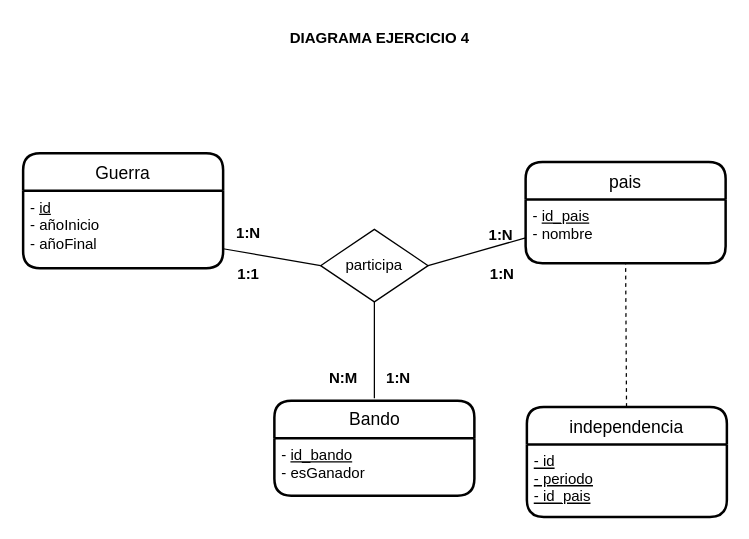
The draw.io diagram ex04.drawio in JuanMarinG/TA12_MYSQL, before the edit. Source tidied: cells renumbered, new cells numbered last; positions are measured from the earlier drawing's top-left corner, leaving out a move shared by most shapes. Both pictures are drawn from the tidied source at 125%, with x=0, y=0 at pixel (22, 21).
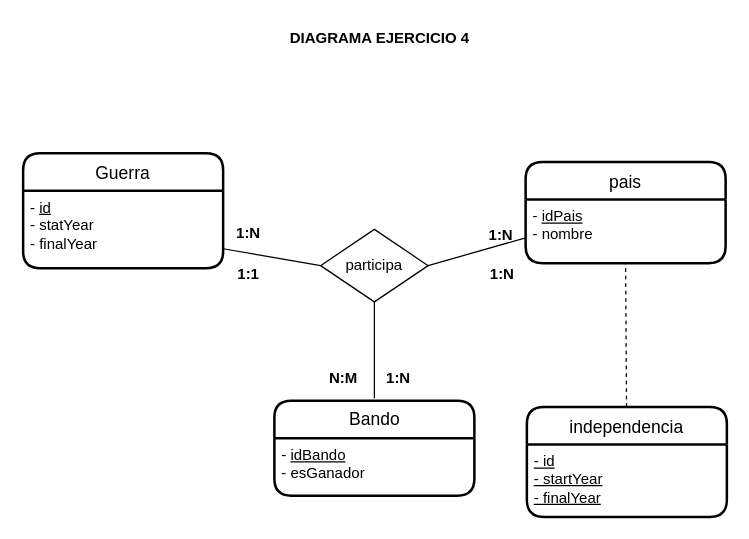
The same diagram, later.

The change refers to these unchanged cells:
```xml
<mxCell id="2" value="Guerra" style="swimlane;horizontal=1;startSize=30;rounded=1;fontSize=14;fontStyle=0;strokeWidth=2;shadow=0;dashed=0;align=center;" parent="1" vertex="1">
  <mxGeometry y="105" width="160" height="92" as="geometry" />
</mxCell>
<mxCell id="4" value="pais" style="swimlane;horizontal=1;startSize=30;rounded=1;fontSize=14;fontStyle=0;strokeWidth=2;shadow=0;dashed=0;align=center;" parent="1" vertex="1">
  <mxGeometry x="402" y="112" width="160" height="81" as="geometry" />
</mxCell>
<mxCell id="7" value="Bando" style="swimlane;horizontal=1;startSize=30;rounded=1;fontSize=14;fontStyle=0;strokeWidth=2;shadow=0;dashed=0;align=center;html=1;" parent="1" vertex="1">
  <mxGeometry x="201" y="303" width="160" height="76" as="geometry" />
</mxCell>
<mxCell id="20" value="independencia" style="swimlane;horizontal=1;startSize=30;rounded=1;fontSize=14;fontStyle=0;strokeWidth=2;shadow=0;dashed=0;align=center;" parent="1" vertex="1">
  <mxGeometry x="403" y="308" width="160" height="88" as="geometry" />
</mxCell>
```

Diff of the diagram source:
```diff
@@
-    <mxCell id="3" value="- &lt;u&gt;id&lt;/u&gt;&lt;br&gt;- añoInicio&lt;br&gt;- añoFinal" style="align=left;strokeColor=none;fillColor=none;spacingLeft=4;fontSize=12;verticalAlign=top;html=1;" parent="2" vertex="1">
+    <mxCell id="3" value="- &lt;u&gt;id&lt;/u&gt;&lt;br&gt;- statYear&lt;br&gt;- finalYear" style="align=left;strokeColor=none;fillColor=none;spacingLeft=4;fontSize=12;verticalAlign=top;html=1;" parent="2" vertex="1">
       <mxGeometry y="30" width="160" height="62" as="geometry" />
     </mxCell>
@@
-    <mxCell id="5" value="- &lt;u&gt;id_pais&lt;/u&gt;&lt;br&gt;- nombre" style="align=left;strokeColor=none;fillColor=none;spacingLeft=4;fontSize=12;verticalAlign=top;fontStyle=0;html=1;" parent="4" vertex="1">
+    <mxCell id="5" value="- &lt;u&gt;idPais&lt;/u&gt;&lt;br&gt;- nombre" style="align=left;strokeColor=none;fillColor=none;spacingLeft=4;fontSize=12;verticalAlign=top;fontStyle=0;html=1;" parent="4" vertex="1">
       <mxGeometry y="30" width="160" height="51" as="geometry" />
     </mxCell>
@@
-    <mxCell id="8" value="&lt;div&gt;- &lt;u&gt;id_bando&lt;/u&gt;&lt;br&gt;&lt;/div&gt;&lt;div&gt;- esGanador&lt;/div&gt;&lt;div&gt;&lt;br&gt;&lt;/div&gt;" style="align=left;strokeColor=none;fillColor=none;spacingLeft=4;fontSize=12;verticalAlign=top;html=1;" parent="7" vertex="1">
+    <mxCell id="8" value="&lt;div&gt;- &lt;u&gt;idBando&lt;/u&gt;&lt;br&gt;&lt;/div&gt;&lt;div&gt;- esGanador&lt;/div&gt;&lt;div&gt;&lt;br&gt;&lt;/div&gt;" style="align=left;strokeColor=none;fillColor=none;spacingLeft=4;fontSize=12;verticalAlign=top;html=1;" parent="7" vertex="1">
       <mxGeometry y="30" width="160" height="46" as="geometry" />
     </mxCell>
@@
-    <mxCell id="21" value="- id&#10;- periodo&#10;- id_pais&#10;&#10;" style="align=left;strokeColor=none;fillColor=none;spacingLeft=4;fontSize=12;verticalAlign=top;fontStyle=4;" parent="20" vertex="1">
+    <mxCell id="21" value="- id&lt;br&gt;- startYear&lt;br&gt;- finalYear&lt;br&gt;" style="align=left;strokeColor=none;fillColor=none;spacingLeft=4;fontSize=12;verticalAlign=top;fontStyle=4;html=1;" parent="20" vertex="1">
       <mxGeometry y="30" width="160" height="58" as="geometry" />
     </mxCell>
```
